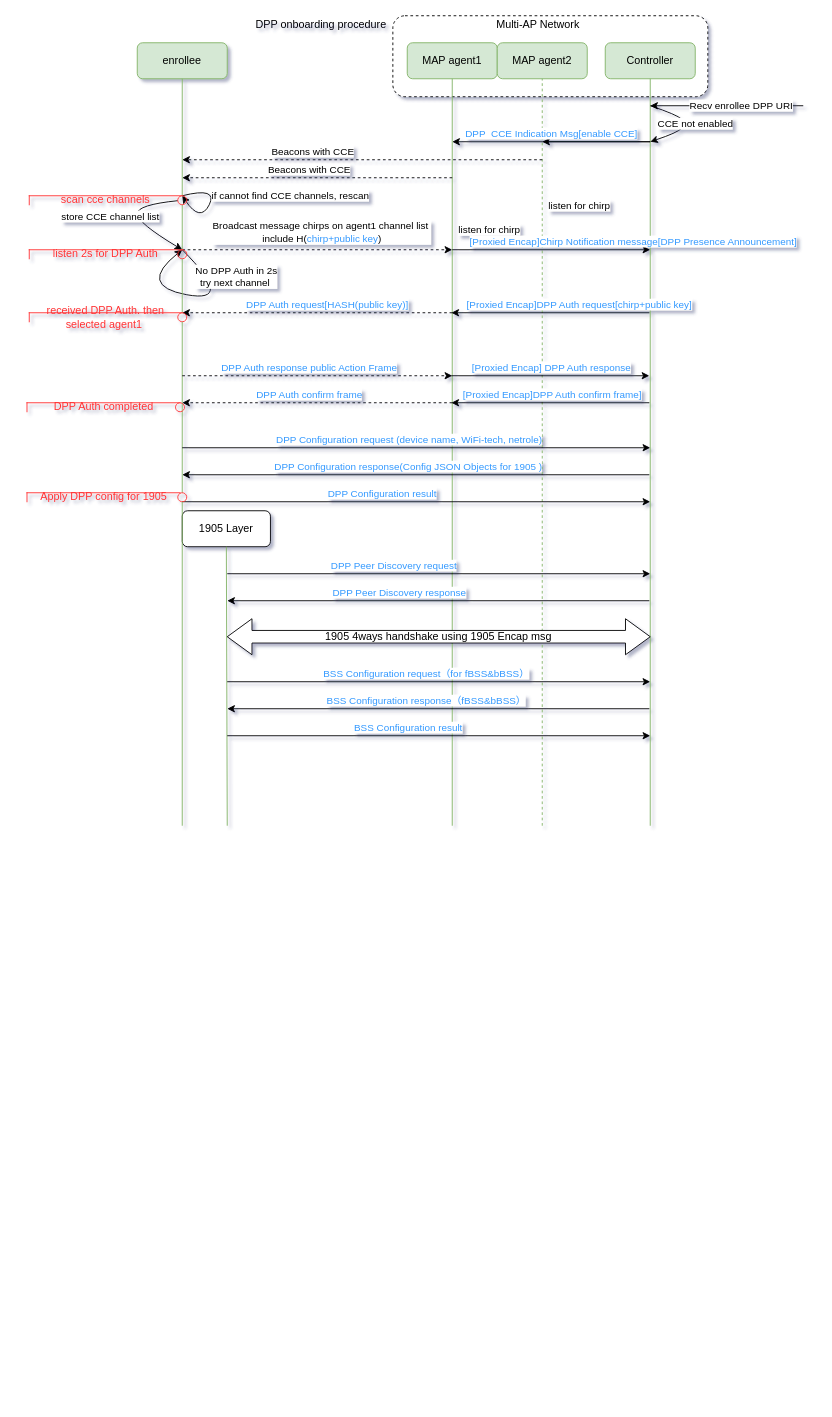
Before: Untitled Diagram.drawio in bevisxia/java-learning, a draw.io diagram. Source tidied: cells renumbered, new cells numbered last; positions are measured from the earlier drawing's top-left corner, leaving out a move shared by most shapes. Both pictures are drawn from the tidied source at 90%, with x=0, y=0 at pixel (27, 15).
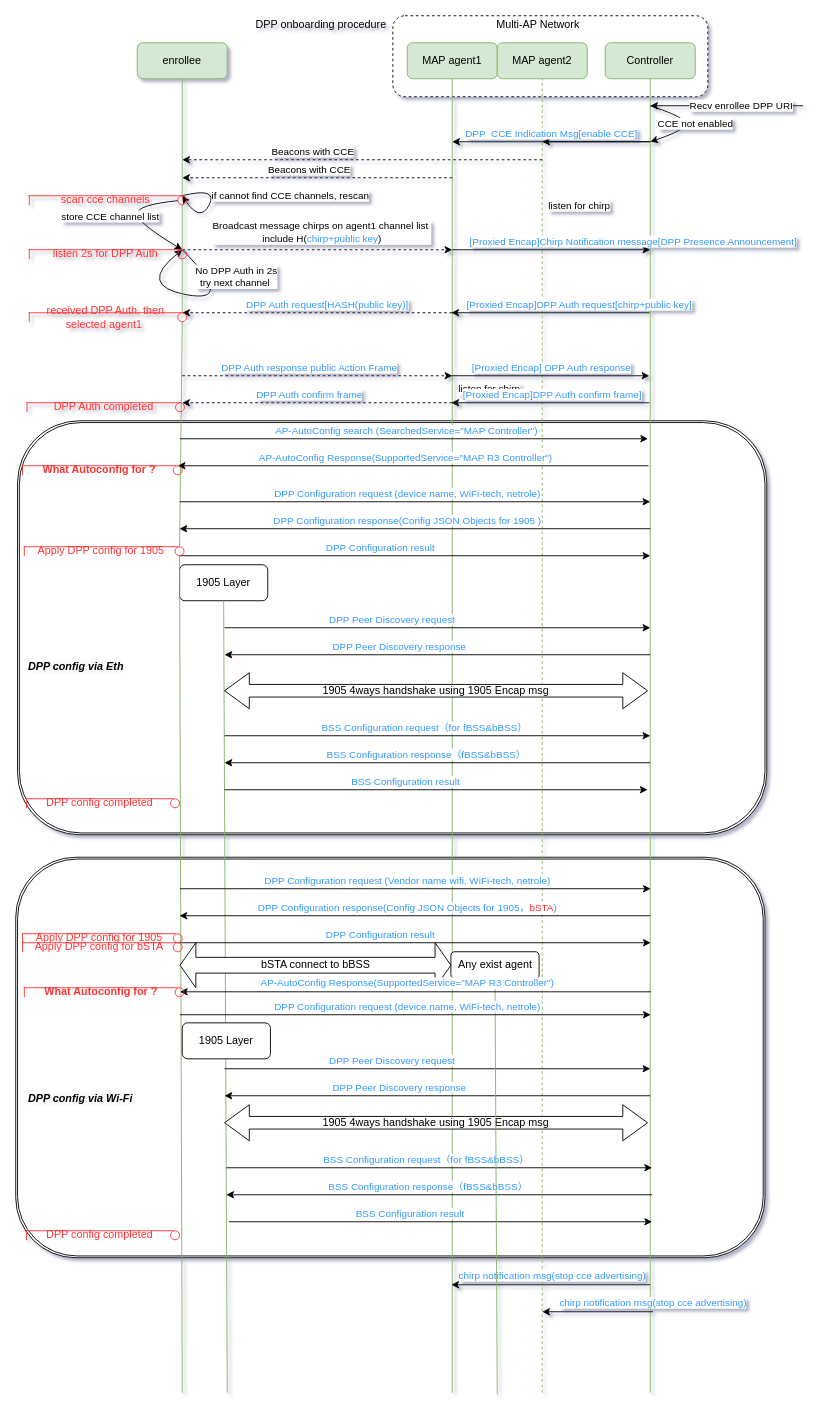
The same page after the edit.

Unchanged cells that the change refers to:
```xml
<mxCell id="3" value="MAP agent1" style="rounded=1;whiteSpace=wrap;html=1;fillColor=#d5e8d4;strokeColor=#82b366;" parent="1" vertex="1">
  <mxGeometry x="422" y="30" width="100" height="40" as="geometry" />
</mxCell>
<mxCell id="6" value="Controller" style="rounded=1;whiteSpace=wrap;html=1;fillColor=#d5e8d4;strokeColor=#82b366;" parent="1" vertex="1">
  <mxGeometry x="642" y="30" width="100" height="40" as="geometry" />
</mxCell>
<mxCell id="13" value="MAP agent2" style="rounded=1;whiteSpace=wrap;html=1;fillColor=#d5e8d4;strokeColor=#82b366;" parent="1" vertex="1">
  <mxGeometry x="522" y="30" width="100" height="40" as="geometry" />
</mxCell>
```

Change to the diagram source:
```diff
@@
+    <mxCell id="78" style="shape=ext;double=1;rounded=1;whiteSpace=wrap;html=1;fontColor=#3399FF;strokeColor=#000000;" parent="1" vertex="1">
+      <mxGeometry x="-13" y="935" width="832.5" height="445" as="geometry" />
+    </mxCell>
+    <mxCell id="79" style="shape=ext;double=1;rounded=1;whiteSpace=wrap;html=1;fontColor=#3399FF;strokeColor=#000000;" parent="1" vertex="1">
+      <mxGeometry x="-11" y="450" width="832.5" height="460" as="geometry" />
+    </mxCell>
@@
     <mxCell id="4" style="endArrow=none;html=1;rounded=0;entryX=0.5;entryY=1;entryDx=0;entryDy=0;fillColor=#d5e8d4;strokeColor=#82b366;" parent="1" edge="1" target="3">
       <mxGeometry relative="1" as="geometry">
-        <mxPoint x="472" y="900" as="sourcePoint" />
+        <mxPoint x="472" y="1530" as="sourcePoint" />
       </mxGeometry>
     </mxCell>
@@
     <mxCell id="7" style="endArrow=none;html=1;rounded=0;entryX=0.5;entryY=1;entryDx=0;entryDy=0;fillColor=#d5e8d4;strokeColor=#82b366;" parent="1" edge="1" target="6">
       <mxGeometry relative="1" as="geometry">
-        <mxPoint x="692" y="900" as="sourcePoint" />
+        <mxPoint x="692" y="1530" as="sourcePoint" />
       </mxGeometry>
     </mxCell>
@@
     <mxCell id="14" style="endArrow=none;html=1;rounded=0;entryX=0.5;entryY=1;entryDx=0;entryDy=0;fillColor=#d5e8d4;strokeColor=#82b366;dashed=1;" parent="1" edge="1" target="13">
       <mxGeometry relative="1" as="geometry">
-        <mxPoint x="572" y="900" as="sourcePoint" />
+        <mxPoint x="572" y="1530" as="sourcePoint" />
       </mxGeometry>
     </mxCell>
@@
     <mxCell id="56" style="endArrow=classic;html=1;rounded=0;fontColor=#3399FF;" parent="1" edge="1">
       <mxGeometry relative="1" as="geometry">
-        <mxPoint x="172" y="480" as="sourcePoint" />
-        <mxPoint x="692" y="480" as="targetPoint" />
+        <mxPoint x="169" y="540" as="sourcePoint" />
+        <mxPoint x="692" y="540" as="targetPoint" />
       </mxGeometry>
     </mxCell>
@@
     <mxCell id="58" style="endArrow=classic;html=1;rounded=0;fontColor=#000000;" parent="1" edge="1">
       <mxGeometry relative="1" as="geometry">
-        <mxPoint x="691" y="510" as="sourcePoint" />
-        <mxPoint x="172" y="510" as="targetPoint" />
+        <mxPoint x="692" y="570" as="sourcePoint" />
+        <mxPoint x="169" y="570" as="targetPoint" />
       </mxGeometry>
     </mxCell>
@@
     <mxCell id="60" value="Apply DPP config for 1905" style="shape=partialRectangle;whiteSpace=wrap;html=1;bottom=0;right=0;fillColor=none;fontColor=#FF3333;strokeColor=#FF3333;" parent="1" vertex="1">
-      <mxGeometry x="-0.5" y="530" width="170" height="10" as="geometry" />
+      <mxGeometry x="-3.5" y="590" width="170" height="10" as="geometry" />
     </mxCell>
     <mxCell id="61" style="endArrow=classic;html=1;rounded=0;fontColor=#3399FF;" parent="1" edge="1">
       <mxGeometry relative="1" as="geometry">
-        <mxPoint x="172" y="540" as="sourcePoint" />
-        <mxPoint x="692" y="540" as="targetPoint" />
+        <mxPoint x="169" y="600" as="sourcePoint" />
+        <mxPoint x="692" y="600" as="targetPoint" />
       </mxGeometry>
     </mxCell>
@@
     <mxCell id="63" value="&lt;font color=&quot;#000000&quot;&gt;1905 Layer&lt;/font&gt;" style="rounded=1;whiteSpace=wrap;html=1;fontColor=#3399FF;strokeColor=#000000;" parent="1" vertex="1">
-      <mxGeometry x="172" y="550" width="98" height="40" as="geometry" />
+      <mxGeometry x="169" y="610" width="98" height="40" as="geometry" />
     </mxCell>
     <mxCell id="64" style="endArrow=none;html=1;rounded=0;entryX=0.5;entryY=1;entryDx=0;entryDy=0;fillColor=#d5e8d4;strokeColor=#82b366;" parent="1" edge="1" target="63">
       <mxGeometry relative="1" as="geometry">
-        <mxPoint x="222" y="900" as="sourcePoint" />
+        <mxPoint x="222" y="1530" as="sourcePoint" />
       </mxGeometry>
     </mxCell>
     <mxCell id="65" style="verticalLabelPosition=bottom;verticalAlign=top;html=1;shape=mxgraph.basic.arc;startAngle=0.10099221505554298;endAngle=0.1;fontColor=#000000;strokeColor=#FF3333;" parent="1" vertex="1">
-      <mxGeometry x="167" y="530" width="10" height="10" as="geometry" />
+      <mxGeometry x="164" y="590" width="10" height="10" as="geometry" />
     </mxCell>
     <mxCell id="66" style="endArrow=none;html=1;rounded=0;entryX=0.5;entryY=1;entryDx=0;entryDy=0;fillColor=#d5e8d4;strokeColor=#82b366;" parent="1" edge="1" target="65">
       <mxGeometry relative="1" as="geometry">
-        <mxPoint x="172" y="900" as="sourcePoint" />
+        <mxPoint x="172" y="1530" as="sourcePoint" />
       </mxGeometry>
     </mxCell>
     <mxCell id="67" style="endArrow=classic;html=1;rounded=0;fontColor=#000000;" parent="1" edge="1">
       <mxGeometry relative="1" as="geometry">
-        <mxPoint x="222" y="620" as="sourcePoint" />
-        <mxPoint x="692" y="620" as="targetPoint" />
+        <mxPoint x="219" y="680" as="sourcePoint" />
+        <mxPoint x="692" y="680" as="targetPoint" />
       </mxGeometry>
     </mxCell>
@@
     <mxCell id="69" style="endArrow=classic;html=1;rounded=0;fontColor=#000000;" parent="1" edge="1">
       <mxGeometry relative="1" as="geometry">
-        <mxPoint x="691" y="650" as="sourcePoint" />
-        <mxPoint x="222" y="650" as="targetPoint" />
+        <mxPoint x="692" y="710" as="sourcePoint" />
+        <mxPoint x="219" y="710" as="targetPoint" />
       </mxGeometry>
     </mxCell>
@@
     <mxCell id="71" value="1905 4ways handshake using 1905 Encap msg" style="shape=doubleArrow;whiteSpace=wrap;html=1;fontColor=#000000;strokeColor=#000000;arrowWidth=0.35;arrowSize=0.05851063829787234;" parent="1" vertex="1">
-      <mxGeometry x="222" y="670" width="470" height="40" as="geometry" />
+      <mxGeometry x="219" y="730" width="470" height="40" as="geometry" />
     </mxCell>
     <mxCell id="72" style="endArrow=classic;html=1;rounded=0;fontColor=#000000;" parent="1" edge="1">
       <mxGeometry relative="1" as="geometry">
-        <mxPoint x="222" y="740" as="sourcePoint" />
-        <mxPoint x="692" y="740" as="targetPoint" />
+        <mxPoint x="219" y="800" as="sourcePoint" />
+        <mxPoint x="692" y="800" as="targetPoint" />
       </mxGeometry>
     </mxCell>
@@
     <mxCell id="74" style="endArrow=classic;html=1;rounded=0;fontColor=#000000;" parent="1" edge="1">
       <mxGeometry relative="1" as="geometry">
-        <mxPoint x="691" y="770" as="sourcePoint" />
-        <mxPoint x="222" y="770" as="targetPoint" />
+        <mxPoint x="692" y="830" as="sourcePoint" />
+        <mxPoint x="219" y="830" as="targetPoint" />
       </mxGeometry>
     </mxCell>
@@
     <mxCell id="76" style="endArrow=classic;html=1;rounded=0;fontColor=#000000;" parent="1" edge="1">
       <mxGeometry relative="1" as="geometry">
-        <mxPoint x="222" y="800" as="sourcePoint" />
-        <mxPoint x="692" y="800" as="targetPoint" />
+        <mxPoint x="219" y="860" as="sourcePoint" />
+        <mxPoint x="689" y="860" as="targetPoint" />
       </mxGeometry>
     </mxCell>
@@
+    <mxCell id="80" value="DPP config completed" style="shape=partialRectangle;whiteSpace=wrap;html=1;bottom=0;right=0;fillColor=none;fontColor=#FF3333;strokeColor=#FF3333;" parent="1" vertex="1">
+      <mxGeometry x="-1" y="870" width="162.5" height="10" as="geometry" />
+    </mxCell>
+    <mxCell id="81" style="verticalLabelPosition=bottom;verticalAlign=top;html=1;shape=mxgraph.basic.arc;startAngle=0.10099221505554298;endAngle=0.1;fontColor=#000000;strokeColor=#FF3333;" parent="1" vertex="1">
+      <mxGeometry x="159" y="870" width="10" height="10" as="geometry" />
+    </mxCell>
+    <mxCell id="82" value="&lt;span style=&quot;font-family: Helvetica; font-size: 12px; font-variant-ligatures: normal; font-variant-caps: normal; letter-spacing: normal; orphans: 2; text-align: center; text-indent: 0px; text-transform: none; widows: 2; word-spacing: 0px; -webkit-text-stroke-width: 0px; background-color: rgb(248, 249, 250); text-decoration-thickness: initial; text-decoration-style: initial; text-decoration-color: initial; float: none; display: inline !important;&quot;&gt;&lt;font style=&quot;&quot; color=&quot;#000000&quot;&gt;&lt;b style=&quot;&quot;&gt;&lt;i&gt;DPP config via Eth&lt;/i&gt;&lt;/b&gt;&lt;/font&gt;&lt;/span&gt;" style="text;whiteSpace=wrap;html=1;fontColor=#3399FF;" parent="1" vertex="1">
+      <mxGeometry x="-1" y="710" width="130" height="30" as="geometry" />
+    </mxCell>
+    <mxCell id="83" style="endArrow=classic;html=1;rounded=0;fontColor=#3399FF;" parent="1" edge="1">
+      <mxGeometry relative="1" as="geometry">
+        <mxPoint x="169.5" y="470" as="sourcePoint" />
+        <mxPoint x="689.5" y="470" as="targetPoint" />
+      </mxGeometry>
+    </mxCell>
+    <mxCell id="84" value="AP-AutoConfig search (SearchedService=&quot;MAP Controller&quot;)" style="edgeLabel;html=1;align=center;verticalAlign=middle;fontColor=#3399FF;" parent="83" vertex="1">
+      <mxGeometry x="-0.12" y="-1" relative="1" as="geometry">
+        <mxPoint x="22" y="-11" as="offset" />
+      </mxGeometry>
+    </mxCell>
+    <mxCell id="85" style="endArrow=classic;html=1;rounded=0;fontColor=#000000;" parent="1" edge="1">
+      <mxGeometry relative="1" as="geometry">
+        <mxPoint x="690" y="500" as="sourcePoint" />
+        <mxPoint x="167" y="500" as="targetPoint" />
+      </mxGeometry>
+    </mxCell>
+    <mxCell id="86" value="&lt;font color=&quot;#3399ff&quot;&gt;AP-AutoConfig Response(SupportedService=&quot;MAP R3 Controller&quot;)&lt;/font&gt;" style="edgeLabel;html=1;align=center;verticalAlign=middle;fontColor=#000000;" parent="85" vertex="1">
+      <mxGeometry x="-0.26" y="4" relative="1" as="geometry">
+        <mxPoint x="-77" y="-14" as="offset" />
+      </mxGeometry>
+    </mxCell>
+    <mxCell id="87" value="&lt;b&gt;What Autoconfig for ?&lt;/b&gt;" style="shape=partialRectangle;whiteSpace=wrap;html=1;bottom=0;right=0;fillColor=none;fontColor=#FF3333;strokeColor=#FF3333;" parent="1" vertex="1">
+      <mxGeometry x="-5.5" y="500" width="170" height="10" as="geometry" />
+    </mxCell>
+    <mxCell id="88" style="verticalLabelPosition=bottom;verticalAlign=top;html=1;shape=mxgraph.basic.arc;startAngle=0.10099221505554298;endAngle=0.1;fontColor=#000000;strokeColor=#FF3333;" parent="1" vertex="1">
+      <mxGeometry x="162" y="500" width="10" height="10" as="geometry" />
+    </mxCell>
+    <mxCell id="89" style="endArrow=classic;html=1;rounded=0;fontColor=#3399FF;" parent="1" edge="1">
+      <mxGeometry relative="1" as="geometry">
+        <mxPoint x="169.5" y="970" as="sourcePoint" />
+        <mxPoint x="692.5" y="970" as="targetPoint" />
+      </mxGeometry>
+    </mxCell>
+    <mxCell id="90" value="DPP Configuration request (Vendor name wifi, WiFi-tech, netrole)" style="edgeLabel;html=1;align=center;verticalAlign=middle;fontColor=#3399FF;" parent="89" vertex="1">
+      <mxGeometry x="-0.12" y="-1" relative="1" as="geometry">
+        <mxPoint x="22" y="-11" as="offset" />
+      </mxGeometry>
+    </mxCell>
+    <mxCell id="91" style="endArrow=classic;html=1;rounded=0;fontColor=#000000;" parent="1" edge="1">
+      <mxGeometry relative="1" as="geometry">
+        <mxPoint x="692" y="1000" as="sourcePoint" />
+        <mxPoint x="169" y="1000" as="targetPoint" />
+      </mxGeometry>
+    </mxCell>
+    <mxCell id="92" value="&lt;font color=&quot;#3399ff&quot;&gt;DPP Configuration response(Config JSON Objects for 1905，&lt;/font&gt;&lt;font color=&quot;#ff3333&quot;&gt;bSTA&lt;/font&gt;&lt;font color=&quot;#3399ff&quot;&gt;)&lt;/font&gt;" style="edgeLabel;html=1;align=center;verticalAlign=middle;fontColor=#000000;" parent="91" vertex="1">
+      <mxGeometry x="-0.26" y="4" relative="1" as="geometry">
+        <mxPoint x="-77" y="-14" as="offset" />
+      </mxGeometry>
+    </mxCell>
+    <mxCell id="93" value="Apply DPP config for 1905" style="shape=partialRectangle;whiteSpace=wrap;html=1;bottom=0;right=0;fillColor=none;fontColor=#FF3333;strokeColor=#FF3333;" parent="1" vertex="1">
+      <mxGeometry x="-5.5" y="1020" width="170" height="10" as="geometry" />
+    </mxCell>
+    <mxCell id="94" style="endArrow=classic;html=1;rounded=0;fontColor=#3399FF;" parent="1" edge="1">
+      <mxGeometry relative="1" as="geometry">
+        <mxPoint x="169.5" y="1030" as="sourcePoint" />
+        <mxPoint x="692.5" y="1030" as="targetPoint" />
+      </mxGeometry>
+    </mxCell>
+    <mxCell id="95" value="DPP Configuration result" style="edgeLabel;html=1;align=center;verticalAlign=middle;fontColor=#3399FF;" parent="94" vertex="1">
+      <mxGeometry x="-0.12" y="-1" relative="1" as="geometry">
+        <mxPoint x="-8" y="-11" as="offset" />
+      </mxGeometry>
+    </mxCell>
+    <mxCell id="96" value="&lt;font color=&quot;#000000&quot;&gt;1905 Layer&lt;/font&gt;" style="rounded=1;whiteSpace=wrap;html=1;fontColor=#3399FF;strokeColor=#000000;" parent="1" vertex="1">
+      <mxGeometry x="172" y="1119" width="98" height="40" as="geometry" />
+    </mxCell>
+    <mxCell id="97" style="verticalLabelPosition=bottom;verticalAlign=top;html=1;shape=mxgraph.basic.arc;startAngle=0.10099221505554298;endAngle=0.1;fontColor=#000000;strokeColor=#FF3333;" parent="1" vertex="1">
+      <mxGeometry x="162" y="1020" width="10" height="10" as="geometry" />
+    </mxCell>
+    <mxCell id="98" style="endArrow=classic;html=1;rounded=0;fontColor=#000000;" parent="1" edge="1">
+      <mxGeometry relative="1" as="geometry">
+        <mxPoint x="219" y="1170" as="sourcePoint" />
+        <mxPoint x="692" y="1170" as="targetPoint" />
+      </mxGeometry>
+    </mxCell>
+    <mxCell id="99" value="&lt;font color=&quot;#3399ff&quot;&gt;DPP Peer Discovery request&lt;/font&gt;" style="edgeLabel;html=1;align=center;verticalAlign=middle;fontColor=#000000;" parent="98" vertex="1">
+      <mxGeometry x="-0.26" y="4" relative="1" as="geometry">
+        <mxPoint x="10" y="-6" as="offset" />
+      </mxGeometry>
+    </mxCell>
+    <mxCell id="100" style="endArrow=classic;html=1;rounded=0;fontColor=#000000;" parent="1" edge="1">
+      <mxGeometry relative="1" as="geometry">
+        <mxPoint x="692" y="1200" as="sourcePoint" />
+        <mxPoint x="219" y="1200" as="targetPoint" />
+      </mxGeometry>
+    </mxCell>
+    <mxCell id="101" value="&lt;font color=&quot;#3399ff&quot;&gt;DPP Peer Discovery response&lt;/font&gt;" style="edgeLabel;html=1;align=center;verticalAlign=middle;fontColor=#000000;" parent="100" vertex="1">
+      <mxGeometry x="-0.26" y="4" relative="1" as="geometry">
+        <mxPoint x="-105" y="-14" as="offset" />
+      </mxGeometry>
+    </mxCell>
+    <mxCell id="102" value="1905 4ways handshake using 1905 Encap msg" style="shape=doubleArrow;whiteSpace=wrap;html=1;fontColor=#000000;strokeColor=#000000;arrowWidth=0.35;arrowSize=0.05851063829787234;" parent="1" vertex="1">
+      <mxGeometry x="219" y="1210" width="470" height="40" as="geometry" />
+    </mxCell>
+    <mxCell id="103" style="endArrow=classic;html=1;rounded=0;fontColor=#000000;" parent="1" edge="1">
+      <mxGeometry relative="1" as="geometry">
+        <mxPoint x="221" y="1280" as="sourcePoint" />
+        <mxPoint x="694" y="1280" as="targetPoint" />
+      </mxGeometry>
+    </mxCell>
+    <mxCell id="104" value="&lt;font color=&quot;#3399ff&quot;&gt;BSS Configuration request（for fBSS&amp;amp;bBSS）&lt;/font&gt;" style="edgeLabel;html=1;align=center;verticalAlign=middle;fontColor=#000000;" parent="103" vertex="1">
+      <mxGeometry x="-0.26" y="4" relative="1" as="geometry">
+        <mxPoint x="46" y="-6" as="offset" />
+      </mxGeometry>
+    </mxCell>
+    <mxCell id="105" style="endArrow=classic;html=1;rounded=0;fontColor=#000000;" parent="1" edge="1">
+      <mxGeometry relative="1" as="geometry">
+        <mxPoint x="694" y="1310" as="sourcePoint" />
+        <mxPoint x="221" y="1310" as="targetPoint" />
+      </mxGeometry>
+    </mxCell>
+    <mxCell id="106" value="&lt;font color=&quot;#3399ff&quot;&gt;BSS Configuration response（fBSS&amp;amp;bBSS）&lt;/font&gt;" style="edgeLabel;html=1;align=center;verticalAlign=middle;fontColor=#000000;" parent="105" vertex="1">
+      <mxGeometry x="-0.26" y="4" relative="1" as="geometry">
+        <mxPoint x="-75" y="-14" as="offset" />
+      </mxGeometry>
+    </mxCell>
+    <mxCell id="107" style="endArrow=classic;html=1;rounded=0;fontColor=#000000;" parent="1" edge="1">
+      <mxGeometry relative="1" as="geometry">
+        <mxPoint x="224" y="1340" as="sourcePoint" />
+        <mxPoint x="694" y="1340" as="targetPoint" />
+      </mxGeometry>
+    </mxCell>
+    <mxCell id="108" value="&lt;font color=&quot;#3399ff&quot;&gt;BSS Configuration result&lt;/font&gt;" style="edgeLabel;html=1;align=center;verticalAlign=middle;fontColor=#000000;" parent="107" vertex="1">
+      <mxGeometry x="-0.26" y="4" relative="1" as="geometry">
+        <mxPoint x="26" y="-6" as="offset" />
+      </mxGeometry>
+    </mxCell>
+    <mxCell id="109" value="&lt;font color=&quot;#3399ff&quot;&gt;chirp notification msg(stop cce advertising)&lt;/font&gt;" style="endArrow=classic;html=1;rounded=0;" parent="1" edge="1">
+      <mxGeometry x="-0.01" y="-10" relative="1" as="geometry">
+        <mxPoint x="692" y="1410" as="sourcePoint" />
+        <mxPoint x="471" y="1410" as="targetPoint" />
+      </mxGeometry>
+    </mxCell>
+    <mxCell id="110" value="&lt;font color=&quot;#3399ff&quot;&gt;chirp notification msg(stop cce advertising)&lt;/font&gt;" style="endArrow=classic;html=1;rounded=0;" parent="1" edge="1">
+      <mxGeometry x="-1" y="-10" relative="1" as="geometry">
+        <mxPoint x="695" y="1440" as="sourcePoint" />
+        <mxPoint x="572" y="1440" as="targetPoint" />
+      </mxGeometry>
+    </mxCell>
+    <mxCell id="111" value="DPP config completed" style="shape=partialRectangle;whiteSpace=wrap;html=1;bottom=0;right=0;fillColor=none;fontColor=#FF3333;strokeColor=#FF3333;" parent="1" vertex="1">
+      <mxGeometry x="-1" y="1350" width="162.5" height="10" as="geometry" />
+    </mxCell>
+    <mxCell id="112" style="verticalLabelPosition=bottom;verticalAlign=top;html=1;shape=mxgraph.basic.arc;startAngle=0.10099221505554298;endAngle=0.1;fontColor=#000000;strokeColor=#FF3333;" parent="1" vertex="1">
+      <mxGeometry x="159" y="1350" width="10" height="10" as="geometry" />
+    </mxCell>
+    <mxCell id="113" value="&lt;span style=&quot;font-family: Helvetica; font-size: 12px; font-variant-ligatures: normal; font-variant-caps: normal; letter-spacing: normal; orphans: 2; text-align: center; text-indent: 0px; text-transform: none; widows: 2; word-spacing: 0px; -webkit-text-stroke-width: 0px; background-color: rgb(248, 249, 250); text-decoration-thickness: initial; text-decoration-style: initial; text-decoration-color: initial; float: none; display: inline !important;&quot;&gt;&lt;font style=&quot;&quot; color=&quot;#000000&quot;&gt;&lt;b style=&quot;&quot;&gt;&lt;i&gt;DPP config via Wi-Fi&lt;/i&gt;&lt;/b&gt;&lt;/font&gt;&lt;/span&gt;" style="text;whiteSpace=wrap;html=1;fontColor=#3399FF;" parent="1" vertex="1">
+      <mxGeometry x="-1" y="1190" width="130" height="30" as="geometry" />
+    </mxCell>
+    <mxCell id="114" value="Apply DPP config for bSTA" style="shape=partialRectangle;whiteSpace=wrap;html=1;bottom=0;right=0;fillColor=none;fontColor=#FF3333;strokeColor=#FF3333;" parent="1" vertex="1">
+      <mxGeometry x="-5.5" y="1030" width="170" height="10" as="geometry" />
+    </mxCell>
+    <mxCell id="115" style="verticalLabelPosition=bottom;verticalAlign=top;html=1;shape=mxgraph.basic.arc;startAngle=0.10099221505554298;endAngle=0.1;fontColor=#000000;strokeColor=#FF3333;" parent="1" vertex="1">
+      <mxGeometry x="162" y="1030" width="10" height="10" as="geometry" />
+    </mxCell>
+    <mxCell id="116" value="&lt;font color=&quot;#000000&quot;&gt;Any exist agent&lt;/font&gt;" style="rounded=1;whiteSpace=wrap;html=1;fontColor=#3399FF;strokeColor=#000000;" parent="1" vertex="1">
+      <mxGeometry x="470.5" y="1040" width="98" height="30" as="geometry" />
+    </mxCell>
+    <mxCell id="117" style="endArrow=none;html=1;rounded=0;fontColor=#FF3333;entryX=0.5;entryY=1;entryDx=0;entryDy=0;fillColor=#d5e8d4;strokeColor=#82b366;" parent="1" edge="1" target="116">
+      <mxGeometry relative="1" as="geometry">
+        <mxPoint x="522" y="1532" as="sourcePoint" />
+      </mxGeometry>
+    </mxCell>
+    <mxCell id="118" value="bSTA connect to bBSS" style="shape=doubleArrow;whiteSpace=wrap;html=1;fontColor=#000000;strokeColor=#000000;arrowWidth=0.35;arrowSize=0.05851063829787234;" parent="1" vertex="1">
+      <mxGeometry x="169.5" y="1030" width="301" height="50" as="geometry" />
+    </mxCell>
+    <mxCell id="119" style="endArrow=classic;html=1;rounded=0;fontColor=#3399FF;" parent="1" edge="1">
+      <mxGeometry relative="1" as="geometry">
+        <mxPoint x="169.5" y="1110" as="sourcePoint" />
+        <mxPoint x="692.5" y="1110" as="targetPoint" />
+      </mxGeometry>
+    </mxCell>
+    <mxCell id="120" value="DPP Configuration request (device name, WiFi-tech, netrole)" style="edgeLabel;html=1;align=center;verticalAlign=middle;fontColor=#3399FF;" parent="119" vertex="1">
+      <mxGeometry x="-0.12" y="-1" relative="1" as="geometry">
+        <mxPoint x="22" y="-11" as="offset" />
+      </mxGeometry>
+    </mxCell>
+    <mxCell id="121" style="endArrow=classic;html=1;rounded=0;fontColor=#000000;" parent="1" edge="1">
+      <mxGeometry relative="1" as="geometry">
+        <mxPoint x="692.5" y="1084.5" as="sourcePoint" />
+        <mxPoint x="169.5" y="1084.5" as="targetPoint" />
+      </mxGeometry>
+    </mxCell>
+    <mxCell id="122" value="&lt;font color=&quot;#3399ff&quot;&gt;AP-AutoConfig Response(SupportedService=&quot;MAP R3 Controller&quot;)&lt;/font&gt;" style="edgeLabel;html=1;align=center;verticalAlign=middle;fontColor=#000000;" parent="121" vertex="1">
+      <mxGeometry x="-0.26" y="4" relative="1" as="geometry">
+        <mxPoint x="-77" y="-14" as="offset" />
+      </mxGeometry>
+    </mxCell>
+    <mxCell id="123" value="&lt;b&gt;What Autoconfig for ?&lt;/b&gt;" style="shape=partialRectangle;whiteSpace=wrap;html=1;bottom=0;right=0;fillColor=none;fontColor=#FF3333;strokeColor=#FF3333;" parent="1" vertex="1">
+      <mxGeometry x="-3.5" y="1080" width="170" height="10" as="geometry" />
+    </mxCell>
+    <mxCell id="124" style="verticalLabelPosition=bottom;verticalAlign=top;html=1;shape=mxgraph.basic.arc;startAngle=0.10099221505554298;endAngle=0.1;fontColor=#000000;strokeColor=#FF3333;" parent="1" vertex="1">
+      <mxGeometry x="164" y="1080" width="10" height="10" as="geometry" />
+    </mxCell>
```
